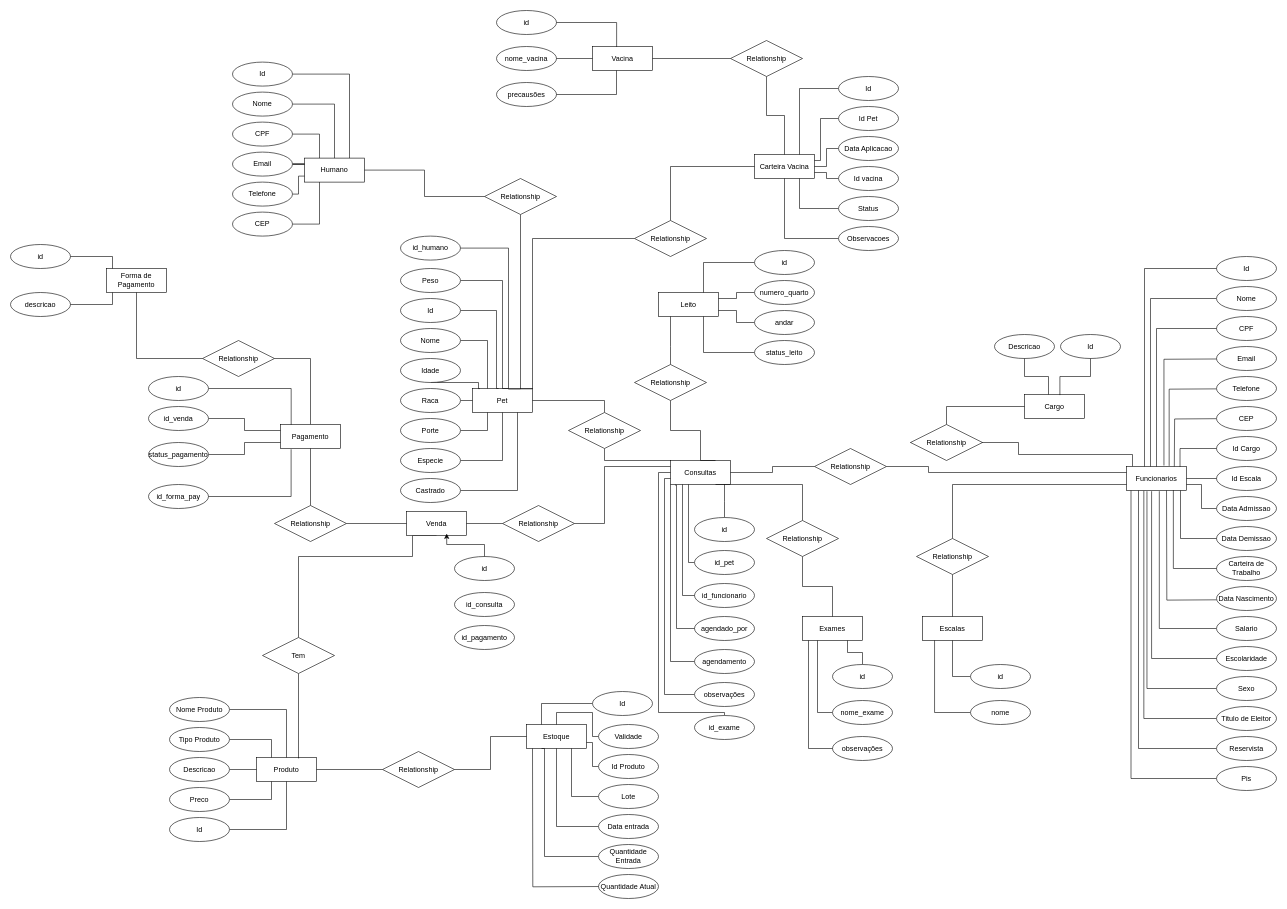
Above: ProjetoF2.drawio in Alex-0227/Projeto_AlisaMeuPelo (draw.io), before the change. Source tidied: cells renumbered, new cells numbered last; positions are measured from the earlier drawing's top-left corner, leaving out a move shared by most shapes. Both pictures are drawn from the tidied source at 60%, with x=0, y=0 at pixel (10, 10).
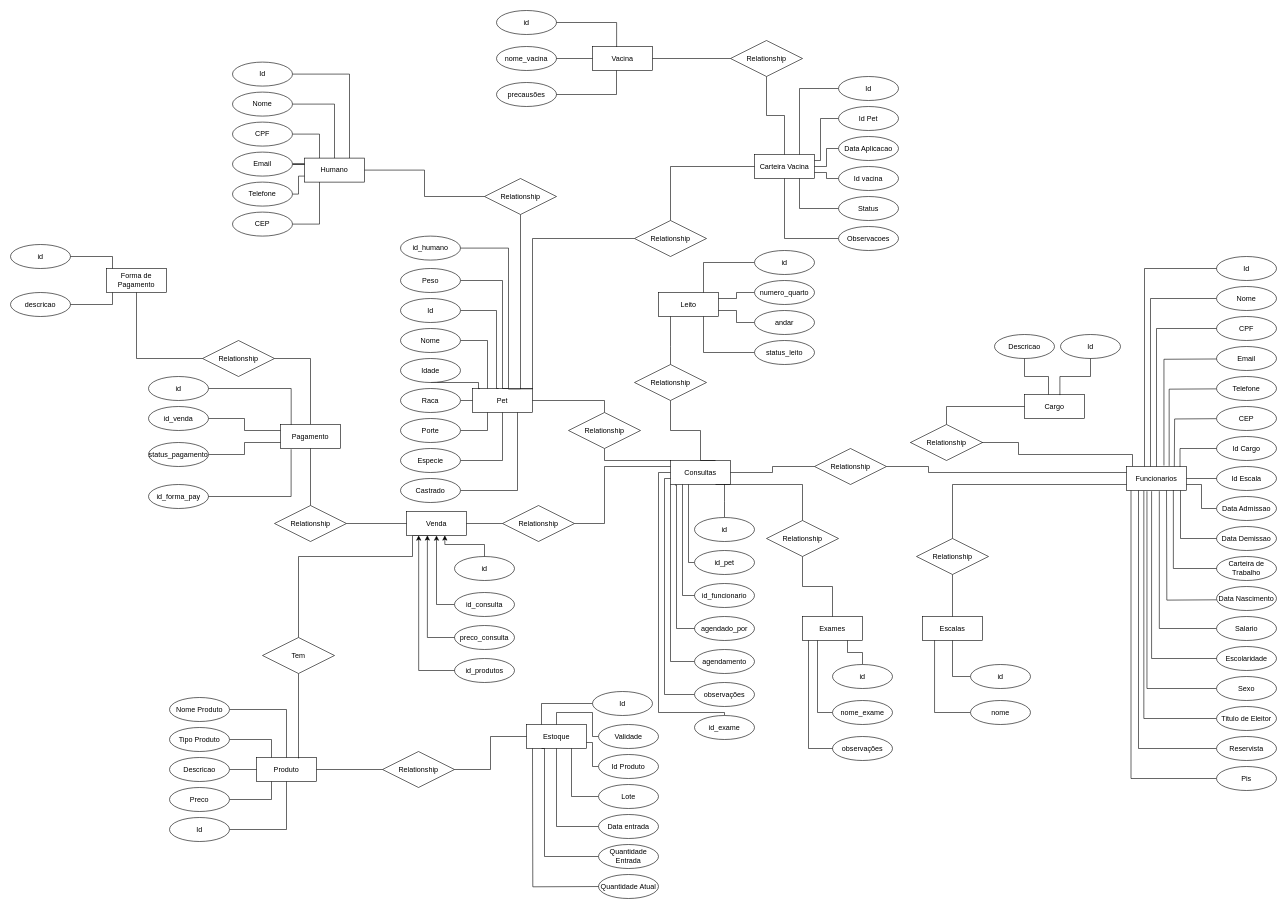
The same diagram, later.

Unchanged cells that the change refers to:
```xml
<mxCell id="38" value="Venda" style="whiteSpace=wrap;html=1;align=center;" parent="1" vertex="1">
  <mxGeometry x="660" y="835" width="100" height="40" as="geometry" />
</mxCell>
<mxCell id="215" value="id" style="ellipse;whiteSpace=wrap;html=1;align=center;" parent="1" vertex="1">
  <mxGeometry x="740" y="910" width="100" height="40" as="geometry" />
</mxCell>
<mxCell id="216" value="id_consulta" style="ellipse;whiteSpace=wrap;html=1;align=center;" parent="1" vertex="1">
  <mxGeometry x="740" y="970" width="100" height="40" as="geometry" />
</mxCell>
```

What changed in the source:
```diff
@@
+    <mxCell id="219" style="edgeStyle=orthogonalEdgeStyle;rounded=0;jettySize=auto;html=1;entryX=0.5;entryY=1;entryDx=0;entryDy=0;defaultLabelBackgroundColor=page;" parent="1" edge="1" source="216" target="38">
+      <mxGeometry relative="1" as="geometry">
+        <Array as="points">
+          <mxPoint x="710" y="990" />
+        </Array>
+      </mxGeometry>
+    </mxCell>
@@
-    <mxCell id="217" value="id_pagamento" style="ellipse;whiteSpace=wrap;html=1;align=center;" parent="1" vertex="1">
+    <mxCell id="217" value="preco_consulta" style="ellipse;whiteSpace=wrap;html=1;align=center;" parent="1" vertex="1">
       <mxGeometry x="740" y="1025" width="100" height="40" as="geometry" />
     </mxCell>
-    <mxCell id="218" style="edgeStyle=orthogonalEdgeStyle;rounded=0;jettySize=auto;html=1;entryX=0.67;entryY=0.925;entryDx=0;entryDy=0;entryPerimeter=0;defaultLabelBackgroundColor=page;" parent="1" edge="1" source="215" target="38">
-      <mxGeometry relative="1" as="geometry" />
+    <mxCell id="218" style="edgeStyle=orthogonalEdgeStyle;rounded=0;jettySize=auto;html=1;entryX=0.639;entryY=0.993;entryDx=0;entryDy=0;entryPerimeter=0;defaultLabelBackgroundColor=page;" parent="1" edge="1" source="215" target="38">
+      <mxGeometry x="0.01" relative="1" as="geometry" />
     </mxCell>
+    <mxCell id="220" style="edgeStyle=orthogonalEdgeStyle;rounded=0;jettySize=auto;html=1;entryX=0.348;entryY=0.992;entryDx=0;entryDy=0;entryPerimeter=0;defaultLabelBackgroundColor=page;" parent="1" edge="1" source="217" target="38">
+      <mxGeometry relative="1" as="geometry">
+        <Array as="points">
+          <mxPoint x="694.8" y="1045" />
+        </Array>
+      </mxGeometry>
+    </mxCell>
+    <mxCell id="221" value="id_produtos" style="ellipse;whiteSpace=wrap;html=1;align=center;" parent="1" vertex="1">
+      <mxGeometry x="740" y="1080" width="100" height="40" as="geometry" />
+    </mxCell>
+    <mxCell id="222" style="edgeStyle=orthogonalEdgeStyle;rounded=0;jettySize=auto;html=1;entryX=0.203;entryY=0.997;entryDx=0;entryDy=0;entryPerimeter=0;defaultLabelBackgroundColor=page;" parent="1" edge="1" source="221" target="38">
+      <mxGeometry relative="1" as="geometry">
+        <Array as="points">
+          <mxPoint x="680" y="1100" />
+        </Array>
+      </mxGeometry>
+    </mxCell>
```
